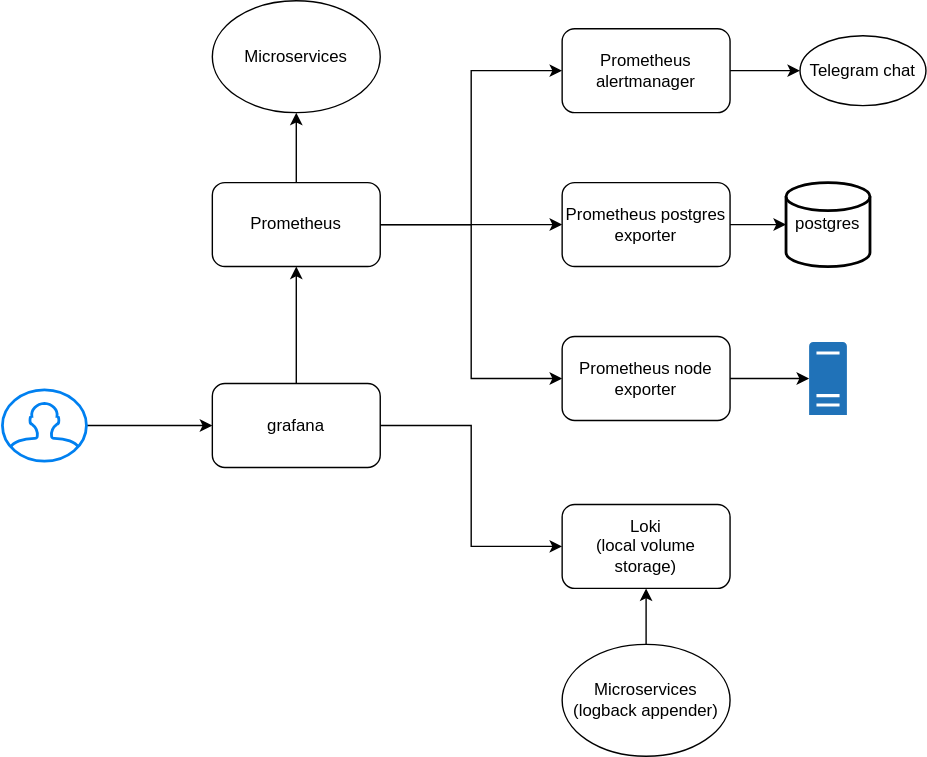
Above: jforwarder-monitoring.drawio.svg in Dankoy/jforwarder (draw.io), before the change. Source tidied: cells renumbered, new cells last; positions are measured from the earlier drawing's top-left corner, leaving out a move shared by most shapes.
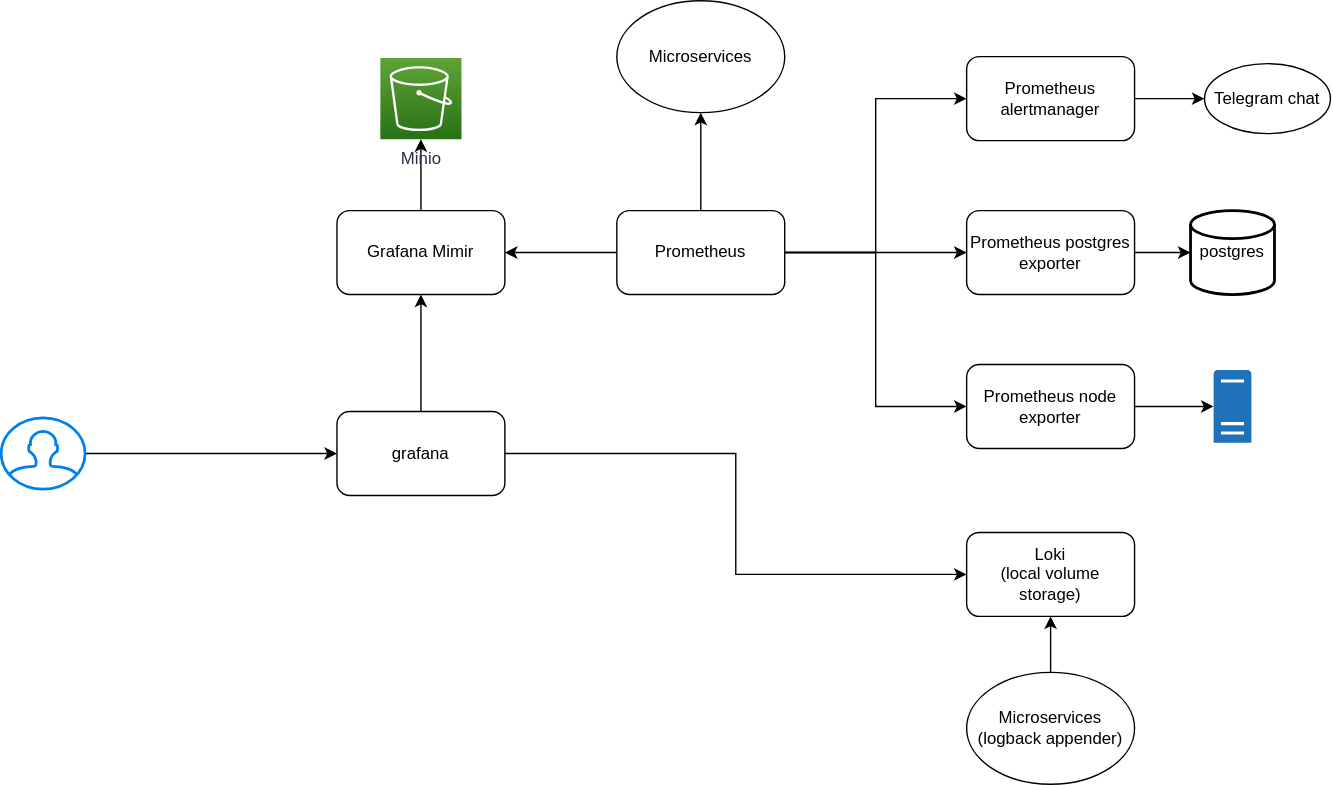
The same diagram one commit later.

Commit message:
monitoring: Prometheus retention set to 1 year with help from mimir and minio (#142)

Change to the diagram source:
```diff
@@ -2,28 +2,31 @@
   <root>
     <mxCell id="0" />
     <mxCell id="1" parent="0" />
-    <mxCell id="2" style="edgeStyle=orthogonalEdgeStyle;rounded=0;jettySize=auto;html=1;entryX=0;entryY=0.5;entryDx=0;entryDy=0;" parent="1" edge="1" source="6" target="10">
+    <mxCell id="2" style="edgeStyle=orthogonalEdgeStyle;rounded=0;jettySize=auto;html=1;entryX=0;entryY=0.5;entryDx=0;entryDy=0;strokeColor=#000000;" parent="1" edge="1" source="6" target="10">
       <mxGeometry relative="1" as="geometry" />
     </mxCell>
-    <mxCell id="3" style="edgeStyle=orthogonalEdgeStyle;rounded=0;jettySize=auto;html=1;entryX=0;entryY=0.5;entryDx=0;entryDy=0;" parent="1" edge="1" source="6" target="8">
+    <mxCell id="3" style="edgeStyle=orthogonalEdgeStyle;rounded=0;jettySize=auto;html=1;entryX=0;entryY=0.5;entryDx=0;entryDy=0;strokeColor=#000000;" parent="1" edge="1" source="6" target="8">
       <mxGeometry relative="1" as="geometry" />
     </mxCell>
-    <mxCell id="4" style="edgeStyle=orthogonalEdgeStyle;rounded=0;jettySize=auto;html=1;entryX=0.5;entryY=1;entryDx=0;entryDy=0;" parent="1" edge="1" source="6" target="18">
+    <mxCell id="4" style="edgeStyle=orthogonalEdgeStyle;rounded=0;jettySize=auto;html=1;entryX=0.5;entryY=1;entryDx=0;entryDy=0;strokeColor=#000000;" parent="1" edge="1" source="6" target="18">
       <mxGeometry relative="1" as="geometry" />
     </mxCell>
-    <mxCell id="5" style="edgeStyle=orthogonalEdgeStyle;rounded=0;jettySize=auto;html=1;entryX=0;entryY=0.5;entryDx=0;entryDy=0;" parent="1" edge="1" source="6" target="23">
+    <mxCell id="5" style="edgeStyle=orthogonalEdgeStyle;rounded=0;jettySize=auto;html=1;entryX=0;entryY=0.5;entryDx=0;entryDy=0;strokeColor=#000000;" parent="1" edge="1" source="6" target="23">
       <mxGeometry relative="1" as="geometry" />
     </mxCell>
+    <mxCell id="25" style="edgeStyle=orthogonalEdgeStyle;rounded=0;html=1;strokeColor=#000000;" parent="1" edge="1" source="6" target="28">
+      <mxGeometry relative="1" as="geometry" />
+    </mxCell>
     <mxCell id="6" value="&lt;div&gt;Prometheus&lt;/div&gt;" style="rounded=1;whiteSpace=wrap;html=1;" parent="1" vertex="1">
       <mxGeometry x="150" y="130" width="120" height="60" as="geometry" />
     </mxCell>
-    <mxCell id="7" style="edgeStyle=orthogonalEdgeStyle;rounded=0;jettySize=auto;html=1;" parent="1" edge="1" source="8" target="12">
+    <mxCell id="7" style="edgeStyle=orthogonalEdgeStyle;rounded=0;jettySize=auto;html=1;strokeColor=#000000;" parent="1" edge="1" source="8" target="12">
       <mxGeometry relative="1" as="geometry" />
     </mxCell>
     <mxCell id="8" value="Prometheus node exporter" style="rounded=1;whiteSpace=wrap;html=1;" parent="1" vertex="1">
       <mxGeometry x="400" y="240" width="120" height="60" as="geometry" />
     </mxCell>
-    <mxCell id="9" style="edgeStyle=orthogonalEdgeStyle;rounded=0;jettySize=auto;html=1;" parent="1" edge="1" source="10" target="11">
+    <mxCell id="9" style="edgeStyle=orthogonalEdgeStyle;rounded=0;jettySize=auto;html=1;strokeColor=#000000;" parent="1" edge="1" source="10" target="11">
       <mxGeometry relative="1" as="geometry" />
     </mxCell>
     <mxCell id="10" value="Prometheus postgres exporter" style="rounded=1;whiteSpace=wrap;html=1;" parent="1" vertex="1">
@@ -35,34 +38,34 @@
     <mxCell id="12" style="sketch=0;shadow=0;dashed=0;html=1;strokeColor=none;labelPosition=center;verticalLabelPosition=bottom;verticalAlign=top;outlineConnect=0;align=center;shape=mxgraph.office.servers.physical_host;fillColor=#2072B8;" parent="1" vertex="1">
       <mxGeometry x="576.5" y="244" width="27" height="52" as="geometry" />
     </mxCell>
-    <mxCell id="13" style="edgeStyle=orthogonalEdgeStyle;rounded=0;jettySize=auto;html=1;entryX=0.5;entryY=1;entryDx=0;entryDy=0;" parent="1" edge="1" source="15" target="6">
-      <mxGeometry relative="1" as="geometry" />
-    </mxCell>
-    <mxCell id="14" style="edgeStyle=orthogonalEdgeStyle;rounded=0;jettySize=auto;html=1;entryX=0;entryY=0.5;entryDx=0;entryDy=0;" parent="1" edge="1" source="15" target="19">
+    <mxCell id="14" style="edgeStyle=orthogonalEdgeStyle;rounded=0;jettySize=auto;html=1;entryX=0;entryY=0.5;entryDx=0;entryDy=0;strokeColor=#000000;" parent="1" edge="1" source="15" target="19">
       <mxGeometry relative="1" as="geometry" />
     </mxCell>
+    <mxCell id="26" style="edgeStyle=orthogonalEdgeStyle;rounded=0;html=1;strokeColor=#000000;" parent="1" edge="1" source="15" target="28">
+      <mxGeometry relative="1" as="geometry" />
+    </mxCell>
     <mxCell id="15" value="grafana" style="rounded=1;whiteSpace=wrap;html=1;" parent="1" vertex="1">
-      <mxGeometry x="150" y="273.6" width="120" height="60" as="geometry" />
+      <mxGeometry x="-50" y="273.6" width="120" height="60" as="geometry" />
     </mxCell>
-    <mxCell id="16" style="edgeStyle=orthogonalEdgeStyle;rounded=0;jettySize=auto;html=1;entryX=0;entryY=0.5;entryDx=0;entryDy=0;" parent="1" edge="1" source="17" target="15">
+    <mxCell id="16" style="edgeStyle=orthogonalEdgeStyle;rounded=0;jettySize=auto;html=1;entryX=0;entryY=0.5;entryDx=0;entryDy=0;strokeColor=#000000;" parent="1" edge="1" source="17" target="15">
       <mxGeometry relative="1" as="geometry" />
     </mxCell>
     <mxCell id="17" style="html=1;verticalLabelPosition=bottom;align=center;labelBackgroundColor=#ffffff;verticalAlign=top;strokeWidth=2;strokeColor=#0080F0;shadow=0;dashed=0;shape=mxgraph.ios7.icons.user;" parent="1" vertex="1">
-      <mxGeometry y="278.1" width="60" height="51" as="geometry" />
+      <mxGeometry x="-290" y="278.1" width="60" height="51" as="geometry" />
     </mxCell>
     <mxCell id="18" value="&lt;div&gt;Microservices&lt;/div&gt;" style="ellipse;whiteSpace=wrap;html=1;" parent="1" vertex="1">
-      <mxGeometry x="150" width="120" height="80" as="geometry" />
+      <mxGeometry x="150" y="-20" width="120" height="80" as="geometry" />
     </mxCell>
     <mxCell id="19" value="&lt;div&gt;Loki&lt;/div&gt;&lt;div&gt;(local volume storage)&lt;br&gt;&lt;/div&gt;" style="rounded=1;whiteSpace=wrap;html=1;" parent="1" vertex="1">
       <mxGeometry x="400" y="360" width="120" height="60" as="geometry" />
     </mxCell>
-    <mxCell id="20" style="edgeStyle=orthogonalEdgeStyle;rounded=0;jettySize=auto;html=1;" parent="1" edge="1" source="21" target="19">
+    <mxCell id="20" style="edgeStyle=orthogonalEdgeStyle;rounded=0;jettySize=auto;html=1;strokeColor=#000000;" parent="1" edge="1" source="21" target="19">
       <mxGeometry relative="1" as="geometry" />
     </mxCell>
     <mxCell id="21" value="&lt;div&gt;Microservices&lt;/div&gt;&lt;div&gt;(logback appender)&lt;br&gt;&lt;/div&gt;" style="ellipse;whiteSpace=wrap;html=1;" parent="1" vertex="1">
       <mxGeometry x="400" y="460" width="120" height="80" as="geometry" />
     </mxCell>
-    <mxCell id="22" style="edgeStyle=orthogonalEdgeStyle;rounded=0;jettySize=auto;html=1;" parent="1" edge="1" source="23" target="24">
+    <mxCell id="22" style="edgeStyle=orthogonalEdgeStyle;rounded=0;jettySize=auto;html=1;strokeColor=#000000;" parent="1" edge="1" source="23" target="24">
       <mxGeometry relative="1" as="geometry" />
     </mxCell>
     <mxCell id="23" value="&lt;div&gt;Prometheus alertmanager&lt;/div&gt;" style="rounded=1;whiteSpace=wrap;html=1;" parent="1" vertex="1">
@@ -71,5 +74,14 @@
     <mxCell id="24" value="Telegram chat" style="ellipse;whiteSpace=wrap;html=1;rounded=1;" parent="1" vertex="1">
       <mxGeometry x="570" y="25" width="90" height="50" as="geometry" />
     </mxCell>
+    <mxCell id="27" style="edgeStyle=none;html=1;strokeColor=#000000;" parent="1" edge="1" source="28" target="29">
+      <mxGeometry relative="1" as="geometry" />
+    </mxCell>
+    <mxCell id="28" value="Grafana Mimir" style="rounded=1;whiteSpace=wrap;html=1;" parent="1" vertex="1">
+      <mxGeometry x="-50" y="130" width="120" height="60" as="geometry" />
+    </mxCell>
+    <mxCell id="29" value="Minio" style="sketch=0;points=[[0,0,0],[0.25,0,0],[0.5,0,0],[0.75,0,0],[1,0,0],[0,1,0],[0.25,1,0],[0.5,1,0],[0.75,1,0],[1,1,0],[0,0.25,0],[0,0.5,0],[0,0.75,0],[1,0.25,0],[1,0.5,0],[1,0.75,0]];outlineConnect=0;fontColor=#232F3E;gradientColor=#60A337;gradientDirection=north;fillColor=#277116;strokeColor=#ffffff;dashed=0;verticalLabelPosition=bottom;verticalAlign=top;align=center;html=1;fontSize=12;fontStyle=0;shape=mxgraph.aws4.resourceIcon;resIcon=mxgraph.aws4.s3;" parent="1" vertex="1">
+      <mxGeometry x="-19" y="21" width="58" height="58" as="geometry" />
+    </mxCell>
   </root>
 </mxGraphModel>
```
